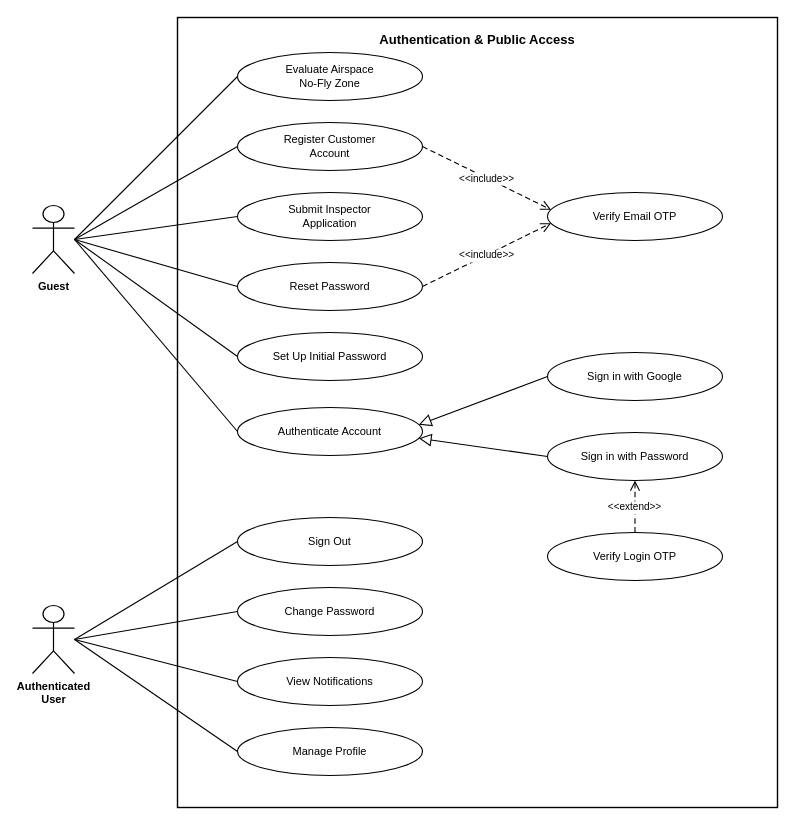
This is page "UC-1 Auth & Public Access" (1 of 5) of diagrams/smartdrone-use-case-diagrams.drawio from tungbach12/SmartDroneInspection-Docs, a draw.io file, before an edit. Source tidied: cells renumbered, new cells numbered last; positions are measured from the earlier drawing's top-left corner, leaving out a move shared by most shapes. Both pictures are drawn from the tidied source at 100%, with x=0, y=0 at pixel (32, 17).
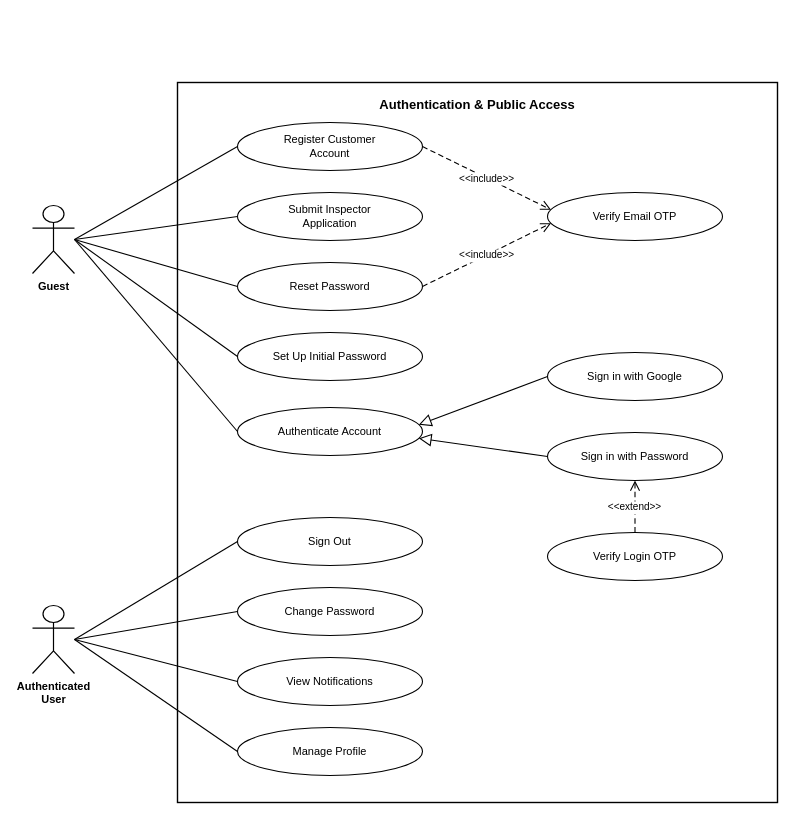
The same diagram, later.

Unchanged cells that the change refers to:
```xml
<mxCell id="3" value="Guest" style="shape=umlActor;verticalLabelPosition=bottom;verticalAlign=top;html=1;outlineConnect=0;fillColor=#FFFFFF;strokeColor=#000000;strokeWidth=1.2;fontColor=#000000;fontSize=11;fontStyle=1;fontFamily=Helvetica;align=center;" parent="1" vertex="1">
  <mxGeometry y="188" width="42" height="68" as="geometry" />
</mxCell>
```

What changed in the source:
```diff
@@
     <mxCell id="2" value="Authentication &amp; Public Access" style="rounded=0;whiteSpace=wrap;html=1;fillColor=none;strokeColor=#000000;strokeWidth=1.4;fontColor=#000000;fontStyle=1;fontSize=13;fontFamily=Helvetica;verticalAlign=top;align=center;spacingTop=8;" parent="1" vertex="1">
-      <mxGeometry x="145" width="600" height="790" as="geometry" />
+      <mxGeometry x="145" y="65" width="600" height="720" as="geometry" />
     </mxCell>
@@
-    <mxCell id="5" value="Evaluate Airspace&lt;br&gt;No-Fly Zone" style="ellipse;whiteSpace=wrap;html=1;fillColor=#FFFFFF;strokeColor=#000000;strokeWidth=1.1;fontColor=#000000;fontSize=11;fontFamily=Helvetica;align=center;verticalAlign=middle;" parent="1" vertex="1">
-      <mxGeometry x="205" y="35" width="185" height="48" as="geometry" />
-    </mxCell>
@@
-    <mxCell id="19" style="edgeStyle=none;rounded=0;html=1;strokeColor=#000000;strokeWidth=1.1;endArrow=none;exitX=1;exitY=0.5;entryX=0;entryY=0.5;" parent="1" edge="1" source="3" target="5">
-      <mxGeometry relative="1" as="geometry" />
-    </mxCell>
```
